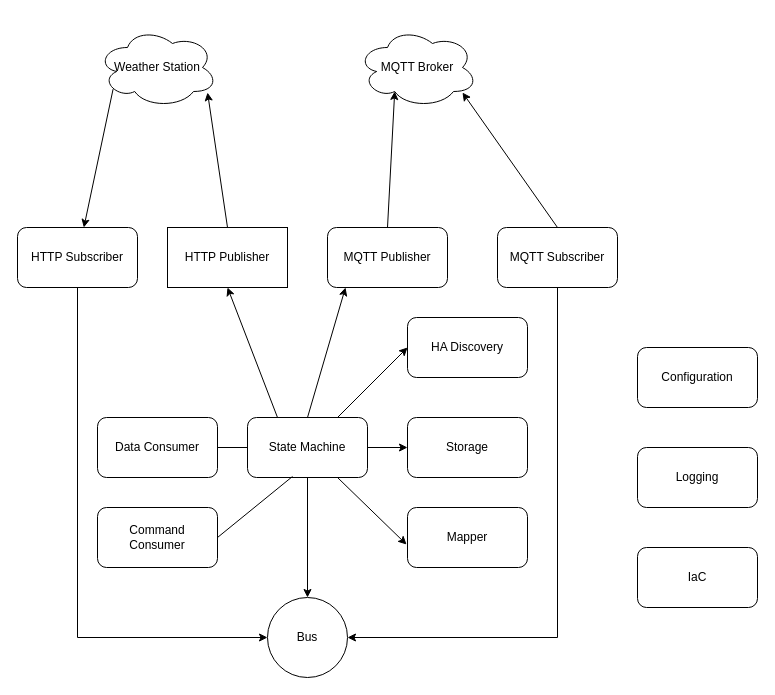
Above: page "Overview" (1 of 4) of diagrams.drawio in mplogas/ecowitt-controller (draw.io), before the change. Source tidied: cells renumbered, new cells numbered last; positions are measured from the earlier drawing's top-left corner, leaving out a move shared by most shapes. Both pictures are drawn from the tidied source at 100%, with x=0, y=0 at pixel (17, 27).
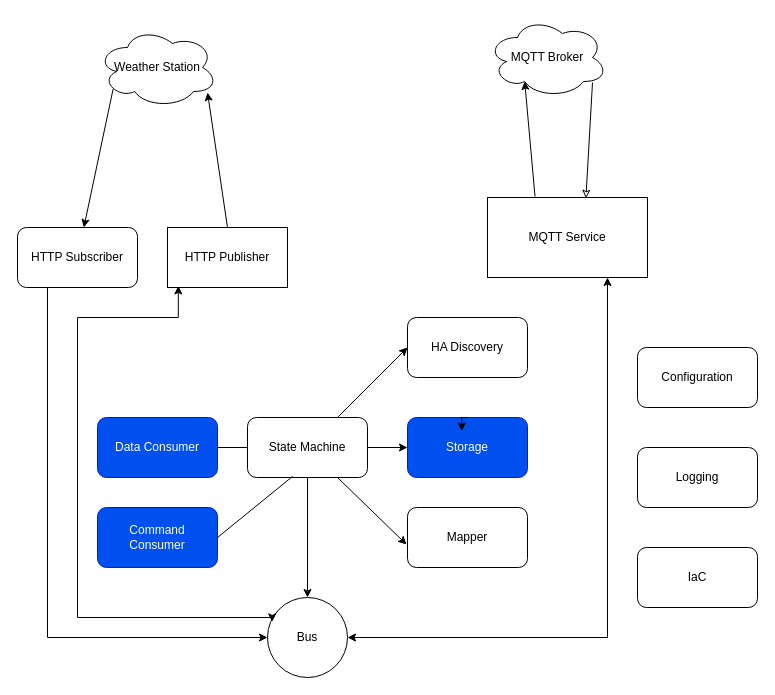
After the change.

Commit message:
shinkansen kyoto-hiroshima: updated architecture diagram

The change refers to these unchanged cells:
```xml
<mxCell id="5" value="Bus" style="ellipse;whiteSpace=wrap;html=1;" parent="1" vertex="1">
  <mxGeometry x="250" y="570" width="80" height="80" as="geometry" />
</mxCell>
<mxCell id="7" value="HTTP Subscriber" style="rounded=1;whiteSpace=wrap;html=1;" parent="1" vertex="1">
  <mxGeometry y="200" width="120" height="60" as="geometry" />
</mxCell>
<mxCell id="11" value="HTTP Publisher" style="rounded=0;whiteSpace=wrap;html=1;" parent="1" vertex="1">
  <mxGeometry x="150" y="200" width="120" height="60" as="geometry" />
</mxCell>
<mxCell id="24" value="State Machine" style="rounded=1;whiteSpace=wrap;html=1;" parent="1" vertex="1">
  <mxGeometry x="230" y="390" width="120" height="60" as="geometry" />
</mxCell>
```

Diff of the diagram source:
```diff
@@
+    <mxCell id="33" value="MQTT Service" style="rounded=0;whiteSpace=wrap;html=1;" parent="1" vertex="1">
+      <mxGeometry x="470" y="170" width="160" height="80" as="geometry" />
+    </mxCell>
@@
     <mxCell id="4" value="MQTT Broker" style="ellipse;shape=cloud;whiteSpace=wrap;html=1;" parent="1" vertex="1">
-      <mxGeometry x="340" width="120" height="80" as="geometry" />
+      <mxGeometry x="470" y="-10" width="120" height="80" as="geometry" />
     </mxCell>
+    <mxCell id="34" style="edgeStyle=orthogonalEdgeStyle;rounded=0;jettySize=auto;html=1;exitX=0;exitY=0.5;exitDx=0;exitDy=0;entryX=0.25;entryY=1;entryDx=0;entryDy=0;endArrow=none;startFill=1;startArrow=classic;" parent="1" edge="1" source="5" target="7">
+      <mxGeometry relative="1" as="geometry" />
+    </mxCell>
@@
-    <mxCell id="6" style="edgeStyle=orthogonalEdgeStyle;rounded=0;jettySize=auto;html=1;exitX=0.5;exitY=1;exitDx=0;exitDy=0;entryX=0;entryY=0.5;entryDx=0;entryDy=0;" parent="1" edge="1" source="7" target="5">
-      <mxGeometry relative="1" as="geometry" />
-    </mxCell>
@@
-    <mxCell id="8" value="MQTT Publisher" style="rounded=1;whiteSpace=wrap;html=1;" parent="1" vertex="1">
-      <mxGeometry x="310" y="200" width="120" height="60" as="geometry" />
-    </mxCell>
-    <mxCell id="9" style="edgeStyle=orthogonalEdgeStyle;rounded=0;jettySize=auto;html=1;exitX=0.5;exitY=1;exitDx=0;exitDy=0;entryX=1;entryY=0.5;entryDx=0;entryDy=0;" parent="1" edge="1" source="10" target="5">
+    <mxCell id="9" style="edgeStyle=orthogonalEdgeStyle;rounded=0;jettySize=auto;html=1;exitX=0.75;exitY=1;exitDx=0;exitDy=0;entryX=1;entryY=0.5;entryDx=0;entryDy=0;startArrow=classic;startFill=1;" parent="1" edge="1" source="33" target="5">
       <mxGeometry relative="1" as="geometry" />
     </mxCell>
-    <mxCell id="10" value="MQTT Subscriber" style="rounded=1;whiteSpace=wrap;html=1;" parent="1" vertex="1">
-      <mxGeometry x="480" y="200" width="120" height="60" as="geometry" />
-    </mxCell>
@@
-    <mxCell id="14" style="rounded=0;jettySize=auto;html=1;exitX=0.5;exitY=0;exitDx=0;exitDy=0;entryX=0.31;entryY=0.8;entryDx=0;entryDy=0;entryPerimeter=0;" parent="1" edge="1" source="8" target="4">
+    <mxCell id="14" style="rounded=0;jettySize=auto;html=1;exitX=0.297;exitY=-0.012;exitDx=0;exitDy=0;entryX=0.31;entryY=0.8;entryDx=0;entryDy=0;entryPerimeter=0;exitPerimeter=0;" parent="1" edge="1" source="33" target="4">
       <mxGeometry relative="1" as="geometry" />
     </mxCell>
-    <mxCell id="15" style="rounded=0;jettySize=auto;html=1;exitX=0.5;exitY=0;exitDx=0;exitDy=0;entryX=0.875;entryY=0.813;entryDx=0;entryDy=0;entryPerimeter=0;" parent="1" edge="1" source="10" target="4">
+    <mxCell id="15" style="rounded=0;jettySize=auto;html=1;exitX=0.615;exitY=0.009;exitDx=0;exitDy=0;entryX=0.875;entryY=0.813;entryDx=0;entryDy=0;entryPerimeter=0;exitPerimeter=0;startArrow=classic;startFill=0;endArrow=none;" parent="1" edge="1" source="33" target="4">
       <mxGeometry relative="1" as="geometry" />
     </mxCell>
-    <mxCell id="16" value="Storage" style="rounded=1;whiteSpace=wrap;html=1;" parent="1" vertex="1">
+    <mxCell id="16" value="Storage" style="rounded=1;whiteSpace=wrap;html=1;fillColor=#0050ef;strokeColor=#001DBC;fontColor=#ffffff;" parent="1" vertex="1">
       <mxGeometry x="390" y="390" width="120" height="60" as="geometry" />
     </mxCell>
-    <mxCell id="17" value="Data Consumer" style="rounded=1;whiteSpace=wrap;html=1;" parent="1" vertex="1">
+    <mxCell id="17" value="Data Consumer" style="rounded=1;whiteSpace=wrap;html=1;fillColor=#0050ef;fontColor=#ffffff;strokeColor=#001DBC;" parent="1" vertex="1">
       <mxGeometry x="80" y="390" width="120" height="60" as="geometry" />
     </mxCell>
-    <mxCell id="18" value="Command &lt;br&gt;Consumer" style="rounded=1;whiteSpace=wrap;html=1;" parent="1" vertex="1">
+    <mxCell id="18" value="Command &lt;br&gt;Consumer" style="rounded=1;whiteSpace=wrap;html=1;fillColor=#0050ef;fontColor=#ffffff;strokeColor=#001DBC;" parent="1" vertex="1">
       <mxGeometry x="80" y="480" width="120" height="60" as="geometry" />
     </mxCell>
@@
-    <mxCell id="23" style="rounded=0;jettySize=auto;html=1;exitX=0.25;exitY=0;exitDx=0;exitDy=0;entryX=0.5;entryY=1;entryDx=0;entryDy=0;" parent="1" edge="1" source="24" target="11">
-      <mxGeometry relative="1" as="geometry" />
-    </mxCell>
@@
-    <mxCell id="29" style="rounded=0;jettySize=auto;html=1;exitX=0.5;exitY=0;exitDx=0;exitDy=0;entryX=0.15;entryY=1;entryDx=0;entryDy=0;entryPerimeter=0;" parent="1" edge="1" source="24" target="8">
-      <mxGeometry relative="1" as="geometry" />
-    </mxCell>
@@
+    <mxCell id="35" style="edgeStyle=orthogonalEdgeStyle;rounded=0;orthogonalLoop=1;jettySize=auto;html=1;exitX=0.5;exitY=0;exitDx=0;exitDy=0;entryX=0.452;entryY=0.226;entryDx=0;entryDy=0;entryPerimeter=0;" parent="1" edge="1" source="16" target="16">
+      <mxGeometry relative="1" as="geometry" />
+    </mxCell>
+    <mxCell id="36" style="edgeStyle=orthogonalEdgeStyle;rounded=0;jettySize=auto;html=1;entryX=0.057;entryY=0.305;entryDx=0;entryDy=0;entryPerimeter=0;exitX=0.09;exitY=0.974;exitDx=0;exitDy=0;exitPerimeter=0;startArrow=classic;startFill=1;" parent="1" edge="1" source="11" target="5">
+      <mxGeometry relative="1" as="geometry">
+        <Array as="points">
+          <mxPoint x="161" y="290" />
+          <mxPoint x="60" y="290" />
+          <mxPoint x="60" y="590" />
+          <mxPoint x="255" y="590" />
+        </Array>
+      </mxGeometry>
+    </mxCell>
```
